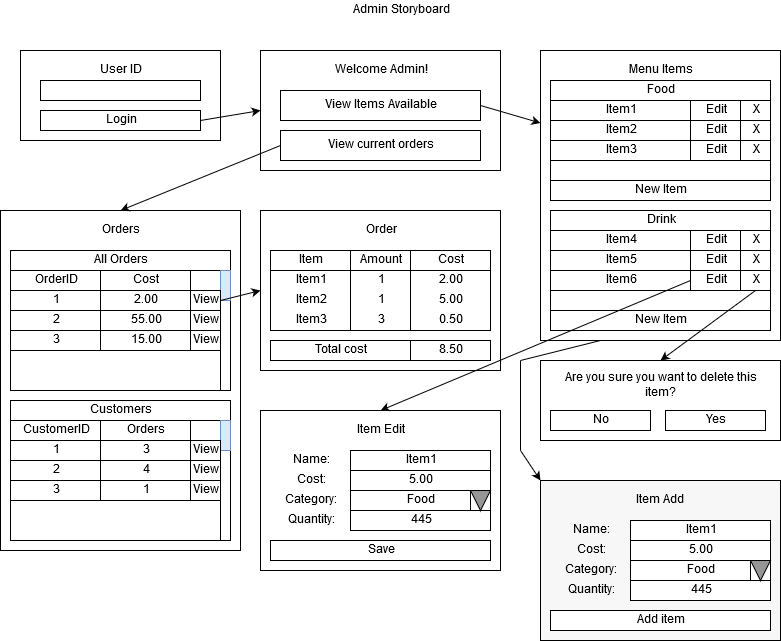
This is Storyboards/AdminStoryboard.png from SamuelJordan101/ISAD251, a draw.io export, as it was before one commit. Source tidied: cells renumbered, new cells last; positions are measured from the earlier drawing's top-left corner, leaving out a move shared by most shapes.
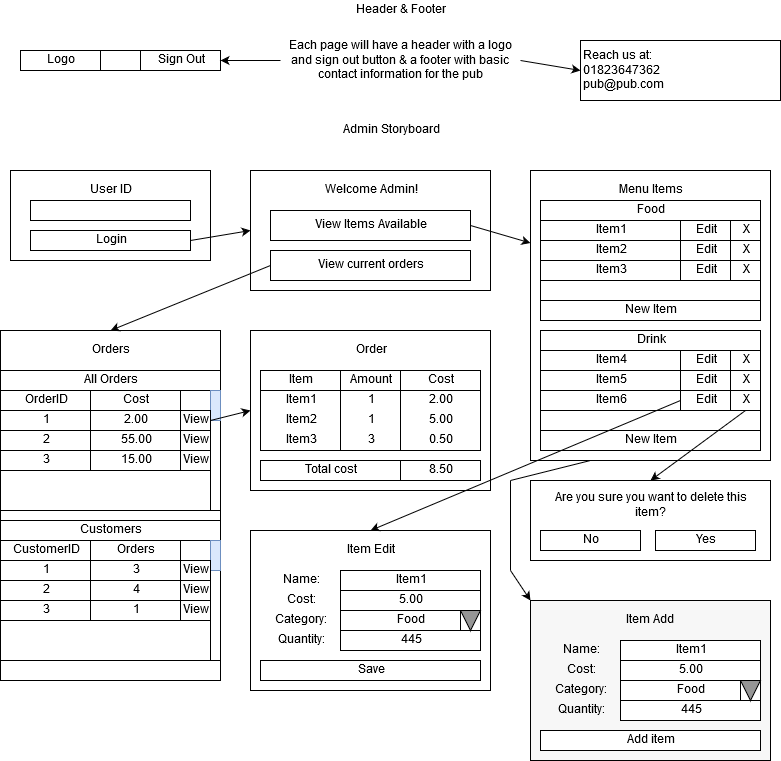
The same diagram one commit later.

The edit, as a diff of the source:
```diff
@@ -96,7 +96,7 @@
       <mxGeometry relative="1" as="geometry" />
     </mxCell>
     <mxCell id="33" style="rounded=0;whiteSpace=wrap;html=1;" parent="1" vertex="1">
-      <mxGeometry y="210" width="240" height="340" as="geometry" />
+      <mxGeometry x="10" y="210" width="220" height="350" as="geometry" />
     </mxCell>
     <mxCell id="34" style="rounded=0;whiteSpace=wrap;html=1;" parent="1" vertex="1">
       <mxGeometry x="10" y="250" width="220" height="140" as="geometry" />
@@ -194,8 +194,10 @@
     <mxCell id="65" style="endArrow=classic;html=1;entryX=0;entryY=0.5;entryDx=0;entryDy=0;exitX=1;exitY=0.5;exitDx=0;exitDy=0;" parent="1" edge="1" source="47" target="14">
       <mxGeometry relative="1" as="geometry" />
     </mxCell>
-    <mxCell id="66" style="endArrow=classic;html=1;exitX=0;exitY=0.5;exitDx=0;exitDy=0;entryX=0.5;entryY=0;entryDx=0;entryDy=0;" parent="1" edge="1" source="11" target="33">
-      <mxGeometry relative="1" as="geometry" />
+    <mxCell id="66" style="endArrow=classic;html=1;exitX=0;exitY=0.5;exitDx=0;exitDy=0;" parent="1" edge="1" source="11">
+      <mxGeometry relative="1" as="geometry">
+        <mxPoint x="120" y="210" as="targetPoint" />
+      </mxGeometry>
     </mxCell>
     <mxCell id="67" value="Menu Items" style="text;html=1;strokeColor=none;fillColor=none;align=center;verticalAlign=middle;whiteSpace=wrap;rounded=0;" parent="1" vertex="1">
       <mxGeometry x="550" y="60" width="220" height="20" as="geometry" />
@@ -387,5 +389,29 @@
     <mxCell id="127" value="&lt;div&gt;Item Edit&lt;/div&gt;" style="text;html=1;strokeColor=none;fillColor=none;align=center;verticalAlign=middle;whiteSpace=wrap;rounded=0;" parent="1" vertex="1">
       <mxGeometry x="270" y="420" width="220" height="20" as="geometry" />
     </mxCell>
+    <mxCell id="128" value="&lt;div&gt;Header &amp;amp; Footer&lt;/div&gt;" style="text;html=1;strokeColor=none;fillColor=none;align=center;verticalAlign=middle;whiteSpace=wrap;rounded=0;" parent="1" vertex="1">
+      <mxGeometry x="30" y="-120" width="760" height="20" as="geometry" />
+    </mxCell>
+    <mxCell id="129" style="rounded=0;whiteSpace=wrap;html=1;" parent="1" vertex="1">
+      <mxGeometry x="30" y="-70" width="200" height="20" as="geometry" />
+    </mxCell>
+    <mxCell id="130" value="Logo" style="rounded=0;whiteSpace=wrap;html=1;" parent="1" vertex="1">
+      <mxGeometry x="30" y="-70" width="80" height="20" as="geometry" />
+    </mxCell>
+    <mxCell id="131" value="&lt;div&gt;Sign Out&lt;/div&gt;" style="rounded=0;whiteSpace=wrap;html=1;" parent="1" vertex="1">
+      <mxGeometry x="150" y="-70" width="80" height="20" as="geometry" />
+    </mxCell>
+    <mxCell id="132" value="Each page will have a header with a logo and sign out button &amp;amp; a footer with basic contact information for the pub" style="text;html=1;strokeColor=none;fillColor=none;align=center;verticalAlign=middle;whiteSpace=wrap;rounded=0;" parent="1" vertex="1">
+      <mxGeometry x="290" y="-80" width="240" height="40" as="geometry" />
+    </mxCell>
+    <mxCell id="133" value="&lt;div align=&quot;left&quot;&gt;Reach us at:&lt;/div&gt;&lt;div align=&quot;left&quot;&gt;01823647362&lt;/div&gt;&lt;div align=&quot;left&quot;&gt;pub@pub.com&lt;br&gt;&lt;/div&gt;" style="rounded=0;whiteSpace=wrap;html=1;align=left;" parent="1" vertex="1">
+      <mxGeometry x="590" y="-80" width="200" height="60" as="geometry" />
+    </mxCell>
+    <mxCell id="134" style="endArrow=classic;html=1;exitX=0;exitY=0.5;exitDx=0;exitDy=0;entryX=1;entryY=0.5;entryDx=0;entryDy=0;" parent="1" edge="1" source="132" target="131">
+      <mxGeometry relative="1" as="geometry" />
+    </mxCell>
+    <mxCell id="135" style="endArrow=classic;html=1;exitX=1;exitY=0.5;exitDx=0;exitDy=0;entryX=0;entryY=0.5;entryDx=0;entryDy=0;" parent="1" edge="1" source="132" target="133">
+      <mxGeometry relative="1" as="geometry" />
+    </mxCell>
   </root>
 </mxGraphModel>
```
